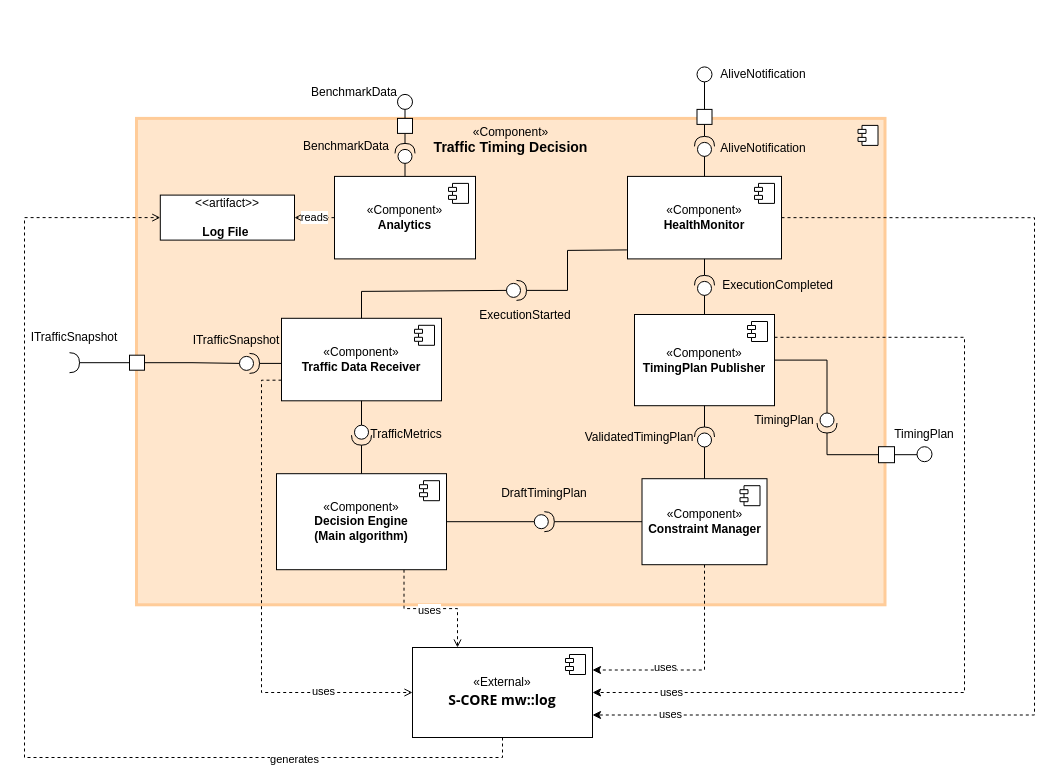
Before: page "Page-2" (2 of 2) of docs/04_design/Component Diagrams/Traffic Timing Decision.drawio in PhamTranDucHanh/adaptive_traffic_light, a draw.io diagram. Source tidied: cells renumbered, new cells numbered last; positions are measured from the earlier drawing's top-left corner, leaving out a move shared by most shapes. Both pictures are drawn from the tidied source at 100%, with x=0, y=0 at pixel (24, 40).
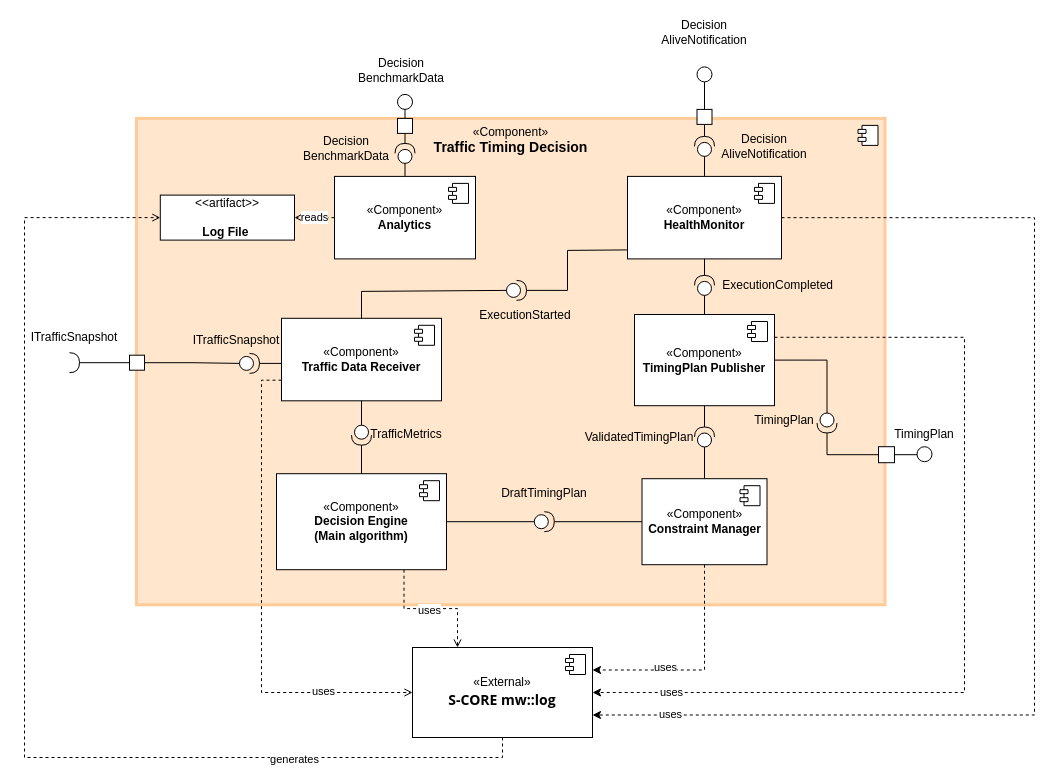
The same page after the edit.

The change refers to these unchanged cells:
```xml
<mxCell id="50" style="group;rotation=-1;" parent="1" vertex="1">
  <mxGeometry x="677" y="17.9" width="103" height="31" as="geometry" />
</mxCell>
```

The edit, as a diff of the source:
```diff
@@
-    <mxCell id="51" value="&lt;span style=&quot;white-space: nowrap;&quot;&gt;AliveNotification&lt;/span&gt;" style="text;html=1;whiteSpace=wrap;strokeColor=none;fillColor=none;align=center;verticalAlign=middle;rounded=0;" parent="50" vertex="1">
-      <mxGeometry x="32" y="1" width="60" height="30" as="geometry" />
-    </mxCell>
@@
-    <mxCell id="79" value="&lt;span style=&quot;white-space: nowrap;&quot;&gt;AliveNotification&lt;/span&gt;" style="text;html=1;whiteSpace=wrap;strokeColor=none;fillColor=none;align=center;verticalAlign=middle;rounded=0;" parent="1" vertex="1">
-      <mxGeometry x="709" y="92.9" width="60" height="30" as="geometry" />
+    <mxCell id="79" value="&lt;span style=&quot;white-space: nowrap;&quot;&gt;Decision&lt;/span&gt;&lt;div&gt;&lt;span style=&quot;white-space: nowrap;&quot;&gt;AliveNotification&lt;/span&gt;&lt;/div&gt;" style="text;html=1;whiteSpace=wrap;strokeColor=none;fillColor=none;align=center;verticalAlign=middle;rounded=0;" parent="1" vertex="1">
+      <mxGeometry x="710" y="90.9" width="60" height="30" as="geometry" />
     </mxCell>
@@
-    <mxCell id="86" value="BenchmarkData" style="text;html=1;whiteSpace=wrap;strokeColor=none;fillColor=none;align=center;verticalAlign=middle;rounded=0;" parent="1" vertex="1">
-      <mxGeometry x="300" y="37" width="60" height="30" as="geometry" />
+    <mxCell id="86" value="Decision&lt;div&gt;BenchmarkData&lt;/div&gt;" style="text;html=1;whiteSpace=wrap;strokeColor=none;fillColor=none;align=center;verticalAlign=middle;rounded=0;" parent="1" vertex="1">
+      <mxGeometry x="347" y="15" width="60" height="30" as="geometry" />
     </mxCell>
-    <mxCell id="87" value="BenchmarkData" style="text;html=1;whiteSpace=wrap;strokeColor=none;fillColor=none;align=center;verticalAlign=middle;rounded=0;" parent="1" vertex="1">
-      <mxGeometry x="292" y="90.9" width="60" height="30" as="geometry" />
-    </mxCell>
@@
+    <mxCell id="93" value="Decision&lt;div&gt;BenchmarkData&lt;/div&gt;" style="text;html=1;whiteSpace=wrap;strokeColor=none;fillColor=none;align=center;verticalAlign=middle;rounded=0;" parent="1" vertex="1">
+      <mxGeometry x="292" y="92.9" width="60" height="30" as="geometry" />
+    </mxCell>
+    <mxCell id="51" value="&lt;span style=&quot;white-space: nowrap;&quot;&gt;Decision&lt;/span&gt;&lt;div&gt;&lt;span style=&quot;white-space: nowrap;&quot;&gt;AliveNotification&lt;/span&gt;&lt;/div&gt;" style="text;html=1;whiteSpace=wrap;strokeColor=none;fillColor=none;align=center;verticalAlign=middle;rounded=0;" parent="1" vertex="1">
+      <mxGeometry x="650" y="-23" width="60" height="30" as="geometry" />
+    </mxCell>
```
